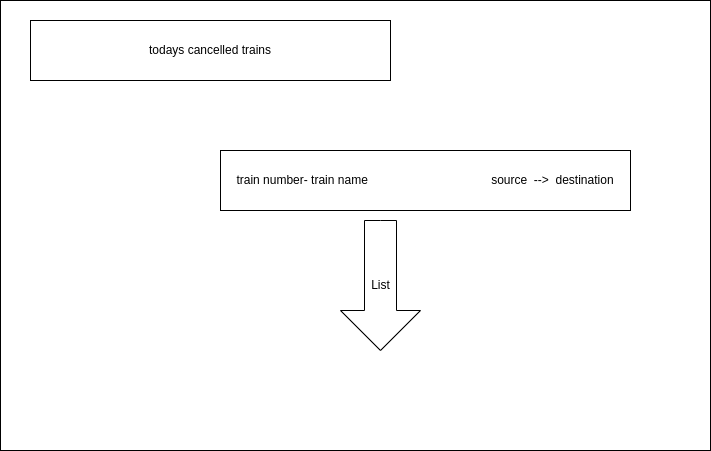
Above: CancelledTrainsUi.drawio.png in cdac-project-2025/project-diagrams (draw.io), before the change. Source tidied: cells renumbered, new cells last; positions are measured from the earlier drawing's top-left corner, leaving out a move shared by most shapes.
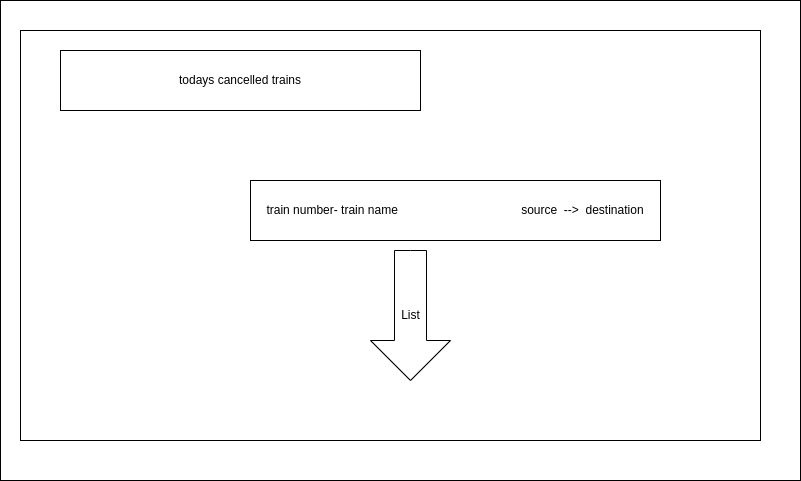
The same diagram one commit later.

What changed in the source:
```diff
@@ -3,8 +3,11 @@
     <mxCell id="0" />
     <mxCell id="1" parent="0" />
     <mxCell id="2" style="rounded=0;whiteSpace=wrap;html=1;" parent="1" vertex="1">
-      <mxGeometry width="710" height="450" as="geometry" />
+      <mxGeometry x="-30" y="-30" width="800" height="480" as="geometry" />
     </mxCell>
+    <mxCell id="6" style="rounded=0;whiteSpace=wrap;html=1;" parent="1" vertex="1">
+      <mxGeometry x="-10" width="740" height="410" as="geometry" />
+    </mxCell>
     <mxCell id="3" value="todays cancelled trains" style="rounded=0;whiteSpace=wrap;html=1;" parent="1" vertex="1">
       <mxGeometry x="30" y="20" width="360" height="60" as="geometry" />
     </mxCell>
```
